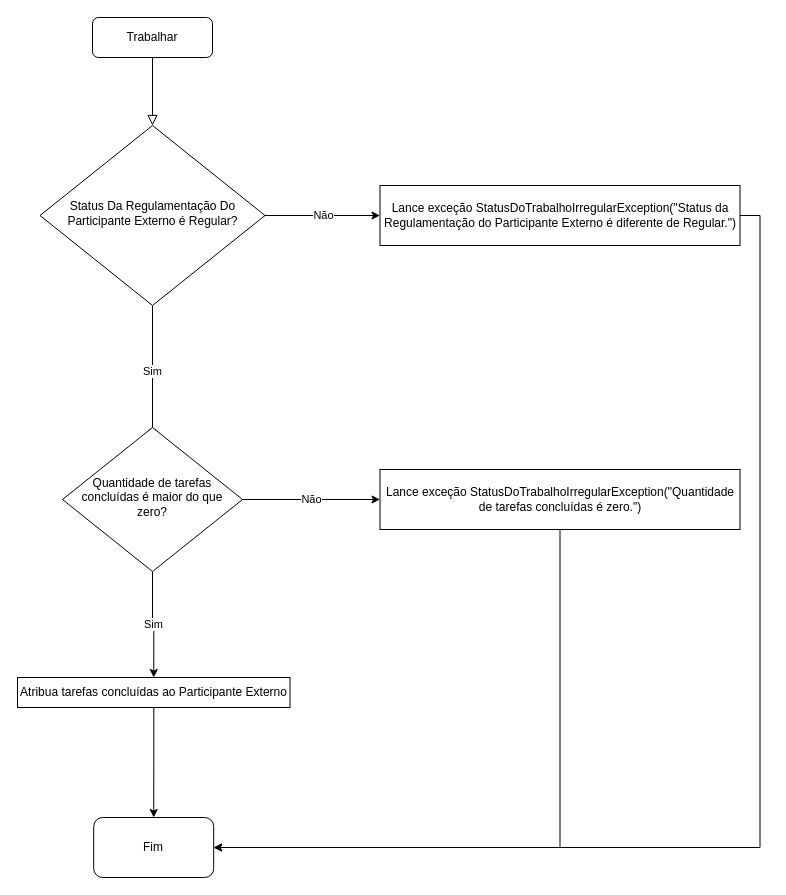
Earlier version of the draw.io diagram regras.de.negocio/participante/externo/trabalhar.drawio (andre-alck/erp). Source tidied: cells renumbered, new cells numbered last; positions are measured from the earlier drawing's top-left corner, leaving out a move shared by most shapes. Both pictures are drawn from the tidied source at 100%, with x=0, y=0 at pixel (17, 17).
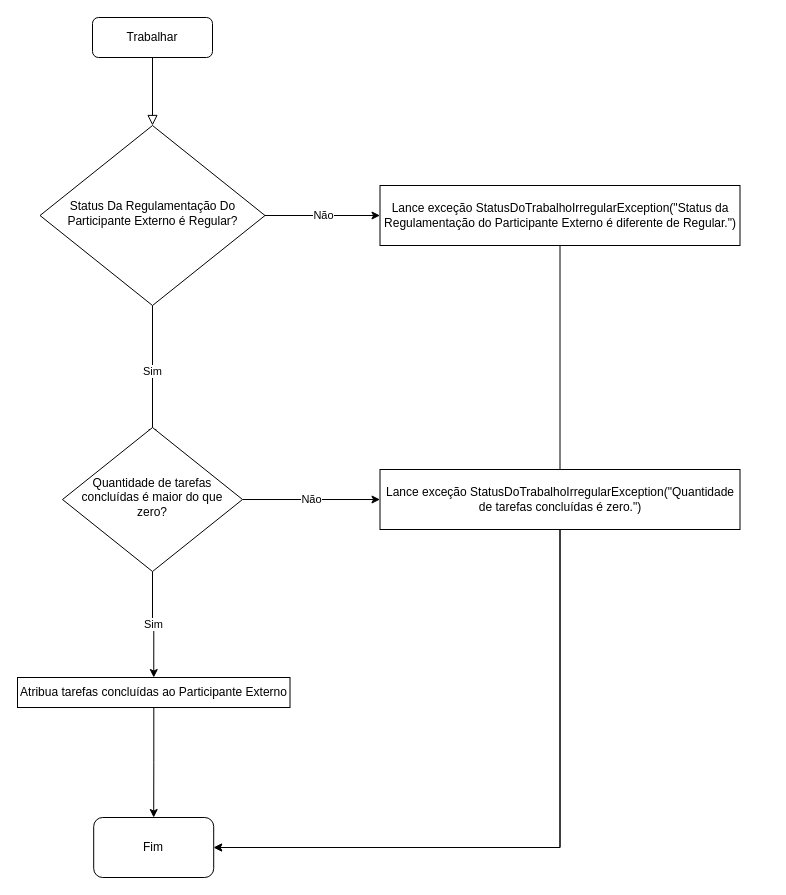
The same page after the edit.

Commit message (it also covers changes not shown here):
docs: update uml para documentar e trabalhar

The edit, as a diff of the source:
```diff
@@
 <mxGraphModel>
   <root>
     <mxCell id="0" />
     <mxCell id="1" parent="0" />
     <mxCell id="2" style="rounded=0;html=1;jettySize=auto;fontSize=11;endArrow=block;endFill=0;endSize=8;strokeWidth=1;shadow=0;labelBackgroundColor=none;edgeStyle=orthogonalEdgeStyle;" parent="1" edge="1" source="3" target="6">
       <mxGeometry relative="1" as="geometry" />
     </mxCell>
     <mxCell id="3" value="Trabalhar" style="rounded=1;whiteSpace=wrap;html=1;fontSize=12;glass=0;strokeWidth=1;shadow=0;" parent="1" vertex="1">
       <mxGeometry x="75" width="120" height="40" as="geometry" />
     </mxCell>
     <mxCell id="4" value="Não" style="edgeStyle=orthogonalEdgeStyle;rounded=0;jettySize=auto;html=1;" parent="1" edge="1" source="6" target="8">
       <mxGeometry relative="1" as="geometry" />
     </mxCell>
     <mxCell id="5" value="Sim" style="edgeStyle=orthogonalEdgeStyle;rounded=0;jettySize=auto;html=1;" parent="1" edge="1" source="6">
       <mxGeometry relative="1" as="geometry">
         <mxPoint x="135" y="420" as="targetPoint" />
       </mxGeometry>
     </mxCell>
     <mxCell id="6" value="Status Da Regulamentação Do Participante Externo é Regular?" style="rhombus;whiteSpace=wrap;html=1;shadow=0;fontFamily=Helvetica;fontSize=12;align=center;strokeWidth=1;spacing=6;spacingTop=-4;" parent="1" vertex="1">
       <mxGeometry x="22.5" y="108" width="225" height="180" as="geometry" />
     </mxCell>
-    <mxCell id="7" style="edgeStyle=orthogonalEdgeStyle;rounded=0;jettySize=auto;html=1;entryX=1;entryY=0.5;entryDx=0;entryDy=0;exitX=1;exitY=0.5;exitDx=0;exitDy=0;" parent="1" edge="1" source="8" target="9">
+    <mxCell id="7" style="edgeStyle=orthogonalEdgeStyle;rounded=0;jettySize=auto;html=1;entryX=1;entryY=0.5;entryDx=0;entryDy=0;exitX=0.5;exitY=1;exitDx=0;exitDy=0;" parent="1" edge="1" source="8" target="9">
       <mxGeometry relative="1" as="geometry" />
     </mxCell>
     <mxCell id="8" value="Lance exceção&amp;nbsp;StatusDoTrabalhoIrregularException(&quot;Status da Regulamentação do Participante Externo é diferente de Regular.&quot;)" style="rounded=0;whiteSpace=wrap;html=1;" parent="1" vertex="1">
       <mxGeometry x="362.5" y="168" width="360" height="60" as="geometry" />
     </mxCell>
     <mxCell id="9" value="Fim" style="rounded=1;whiteSpace=wrap;html=1;" parent="1" vertex="1">
       <mxGeometry x="76.2" y="800" width="120" height="60" as="geometry" />
     </mxCell>
     <mxCell id="10" value="Não" style="edgeStyle=orthogonalEdgeStyle;rounded=0;jettySize=auto;html=1;entryX=0;entryY=0.5;entryDx=0;entryDy=0;" parent="1" edge="1" source="12" target="14">
       <mxGeometry relative="1" as="geometry" />
     </mxCell>
     <mxCell id="11" value="Sim" style="edgeStyle=orthogonalEdgeStyle;rounded=0;jettySize=auto;html=1;entryX=0.5;entryY=0;entryDx=0;entryDy=0;" parent="1" edge="1" source="12" target="16">
       <mxGeometry relative="1" as="geometry" />
     </mxCell>
     <mxCell id="12" value="Quantidade de tarefas concluídas é maior do que zero?" style="rhombus;whiteSpace=wrap;html=1;shadow=0;fontFamily=Helvetica;fontSize=12;align=center;strokeWidth=1;spacing=6;spacingTop=-4;" parent="1" vertex="1">
       <mxGeometry x="45" y="410" width="180" height="144" as="geometry" />
     </mxCell>
     <mxCell id="13" style="edgeStyle=orthogonalEdgeStyle;rounded=0;jettySize=auto;html=1;entryX=1;entryY=0.5;entryDx=0;entryDy=0;exitX=0.5;exitY=1;exitDx=0;exitDy=0;" parent="1" edge="1" source="14" target="9">
       <mxGeometry relative="1" as="geometry" />
     </mxCell>
     <mxCell id="14" value="Lance exceção&amp;nbsp;StatusDoTrabalhoIrregularException(&quot;Quantidade de tarefas concluídas é zero.&quot;)" style="rounded=0;whiteSpace=wrap;html=1;" parent="1" vertex="1">
       <mxGeometry x="362.5" y="452" width="360" height="60" as="geometry" />
     </mxCell>
     <mxCell id="15" style="edgeStyle=orthogonalEdgeStyle;rounded=0;jettySize=auto;html=1;entryX=0.5;entryY=0;entryDx=0;entryDy=0;" parent="1" edge="1" source="16" target="9">
       <mxGeometry relative="1" as="geometry" />
     </mxCell>
     <mxCell id="16" value="Atribua tarefas concluídas ao Participante Externo" style="rounded=0;whiteSpace=wrap;html=1;" parent="1" vertex="1">
       <mxGeometry y="660" width="272.5" height="30" as="geometry" />
     </mxCell>
   </root>
 </mxGraphModel>
```
